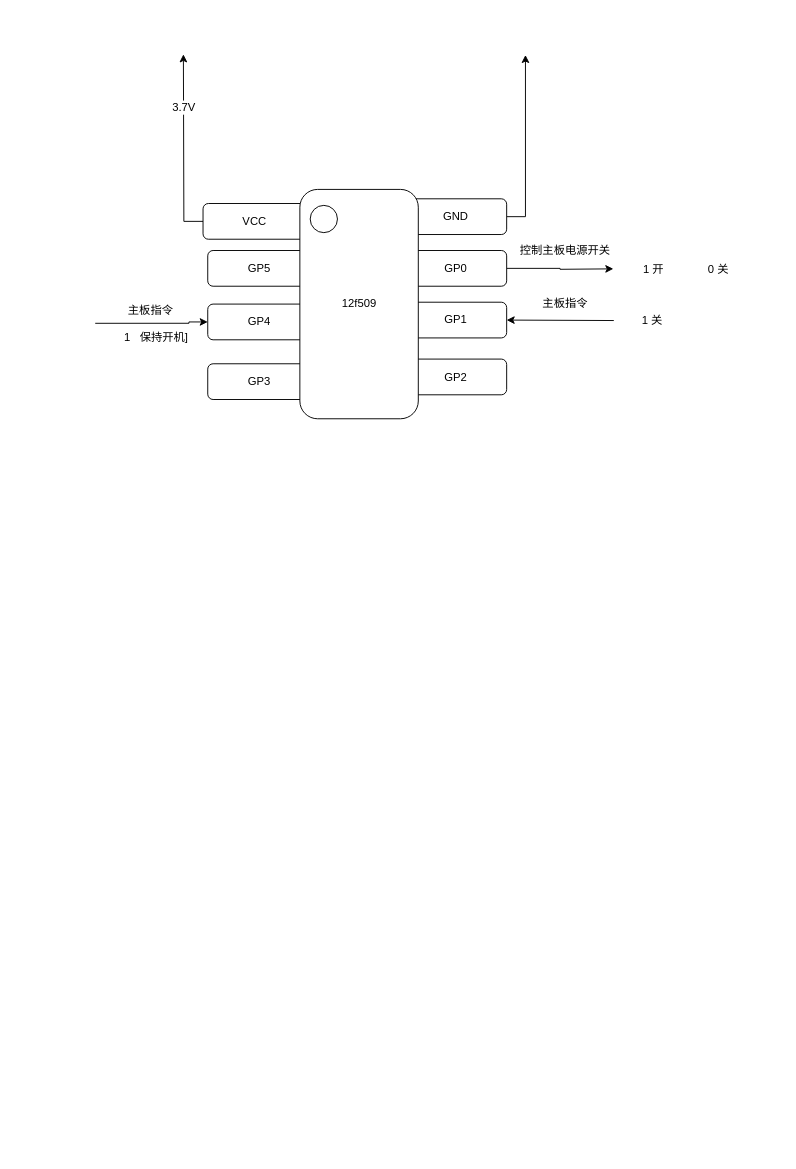
The draw.io diagram 12f509logicgram_v6.drawio in svija/pubsub, before the edit. Source tidied: cells renumbered, new cells numbered last; positions are measured from the earlier drawing's top-left corner, leaving out a move shared by most shapes. Both pictures are drawn from the tidied source at 94%, with x=0, y=0 at pixel (97, 54).
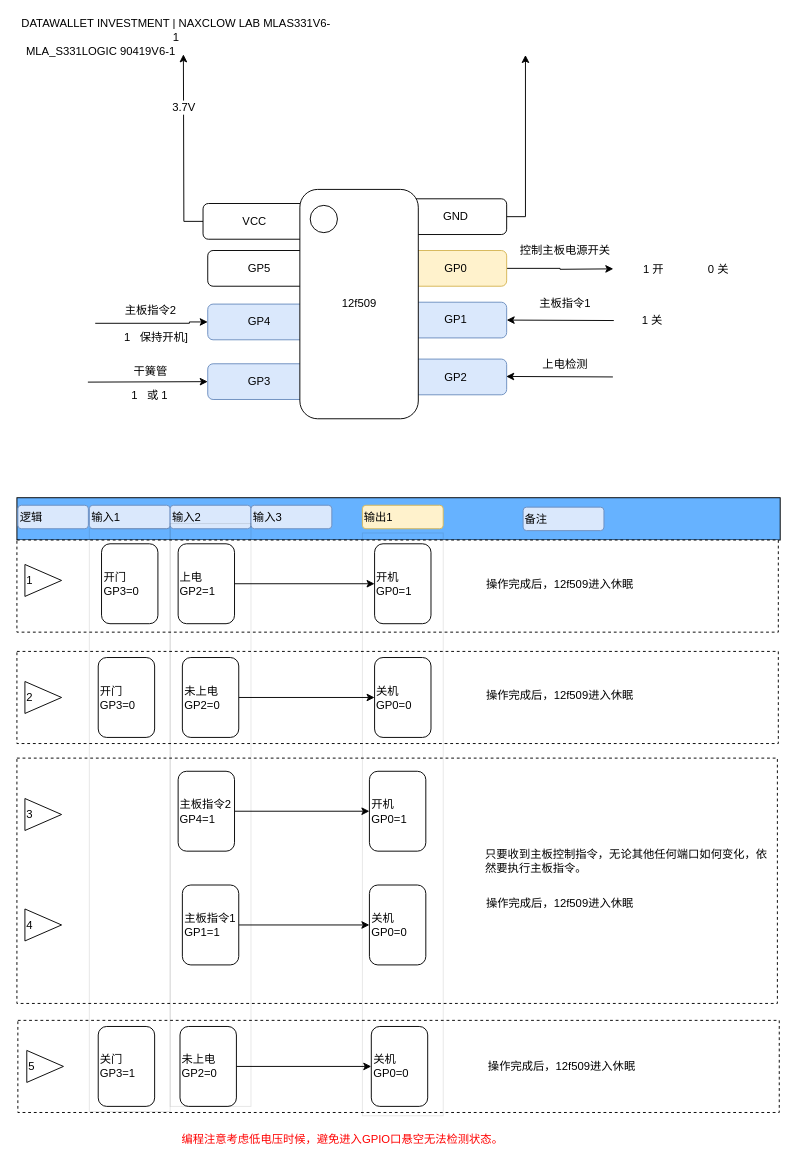
Above is the later version.

Change to the diagram source:
```diff
@@
+    <mxCell id="25" style="rounded=0;whiteSpace=wrap;html=1;strokeColor=#000000;fontColor=#000000;align=left;fillColor=#66B2FF;" parent="1" vertex="1">
+      <mxGeometry x="-85.5" y="472" width="812" height="45" as="geometry" />
+    </mxCell>
+    <mxCell id="26" style="rounded=0;whiteSpace=wrap;html=1;dashed=1;align=left;" parent="1" vertex="1">
+      <mxGeometry x="-84.5" y="1028" width="810" height="98" as="geometry" />
+    </mxCell>
+    <mxCell id="27" style="rounded=0;whiteSpace=wrap;html=1;dashed=1;align=left;" parent="1" vertex="1">
+      <mxGeometry x="-85.5" y="635.5" width="810" height="98" as="geometry" />
+    </mxCell>
+    <mxCell id="28" style="rounded=0;whiteSpace=wrap;html=1;dashed=1;align=left;" parent="1" vertex="1">
+      <mxGeometry x="-85.5" y="517" width="810" height="98" as="geometry" />
+    </mxCell>
+    <mxCell id="29" style="rounded=0;whiteSpace=wrap;html=1;align=left;dashed=1;" parent="1" vertex="1">
+      <mxGeometry x="-85.5" y="749" width="809" height="261" as="geometry" />
+    </mxCell>
@@
-    <mxCell id="5" value="GP0" style="rounded=1;whiteSpace=wrap;html=1;" parent="1" vertex="1">
+    <mxCell id="5" value="GP0" style="rounded=1;whiteSpace=wrap;html=1;fillColor=#fff2cc;strokeColor=#d6b656;" parent="1" vertex="1">
       <mxGeometry x="326.5" y="209" width="109" height="38" as="geometry" />
     </mxCell>
-    <mxCell id="6" value="GP1" style="rounded=1;whiteSpace=wrap;html=1;" parent="1" vertex="1">
+    <mxCell id="6" value="GP1" style="rounded=1;whiteSpace=wrap;html=1;fillColor=#dae8fc;strokeColor=#6c8ebf;" parent="1" vertex="1">
       <mxGeometry x="326.5" y="264" width="109" height="38" as="geometry" />
     </mxCell>
-    <mxCell id="7" value="GP2&lt;br&gt;" style="rounded=1;whiteSpace=wrap;html=1;" parent="1" vertex="1">
+    <mxCell id="7" value="GP2&lt;br&gt;" style="rounded=1;whiteSpace=wrap;html=1;fillColor=#dae8fc;strokeColor=#6c8ebf;" parent="1" vertex="1">
       <mxGeometry x="326.5" y="324.5" width="109" height="38" as="geometry" />
     </mxCell>
-    <mxCell id="8" value="GP3&lt;br&gt;" style="rounded=1;whiteSpace=wrap;html=1;" parent="1" vertex="1">
+    <mxCell id="8" value="GP3&lt;br&gt;" style="rounded=1;whiteSpace=wrap;html=1;fillColor=#dae8fc;strokeColor=#6c8ebf;" parent="1" vertex="1">
       <mxGeometry x="117.5" y="329.5" width="109" height="38" as="geometry" />
     </mxCell>
     <mxCell id="9" style="edgeStyle=orthogonalEdgeStyle;rounded=0;jettySize=auto;html=1;exitX=0;exitY=0.5;exitDx=0;exitDy=0;endArrow=none;endFill=0;startArrow=classic;startFill=1;entryX=-0.024;entryY=1.32;entryDx=0;entryDy=0;entryPerimeter=0;" parent="1" edge="1" source="10" target="23">
-      <mxGeometry relative="1" as="geometry" />
+      <mxGeometry relative="1" as="geometry">
+        <Array as="points">
+          <mxPoint x="98" y="285" />
+          <mxPoint x="98" y="286" />
+        </Array>
+      </mxGeometry>
     </mxCell>
-    <mxCell id="10" value="GP4&lt;br&gt;" style="rounded=1;whiteSpace=wrap;html=1;" parent="1" vertex="1">
+    <mxCell id="10" value="GP4&lt;br&gt;" style="rounded=1;whiteSpace=wrap;html=1;fillColor=#dae8fc;strokeColor=#6c8ebf;" parent="1" vertex="1">
       <mxGeometry x="117.5" y="266" width="109" height="38" as="geometry" />
     </mxCell>
@@
-    <mxCell id="21" value="主板指令" style="text;html=1;strokeColor=none;fillColor=none;align=center;verticalAlign=middle;whiteSpace=wrap;rounded=0;" parent="1" vertex="1">
+    <mxCell id="21" value="主板指令1" style="text;html=1;strokeColor=none;fillColor=none;align=center;verticalAlign=middle;whiteSpace=wrap;rounded=0;" parent="1" vertex="1">
       <mxGeometry x="441.5" y="257.5" width="112" height="17" as="geometry" />
     </mxCell>
@@
-    <mxCell id="23" value="主板指令" style="text;html=1;strokeColor=none;fillColor=none;align=center;verticalAlign=middle;whiteSpace=wrap;rounded=0;" parent="1" vertex="1">
+    <mxCell id="23" value="主板指令2" style="text;html=1;strokeColor=none;fillColor=none;align=center;verticalAlign=middle;whiteSpace=wrap;rounded=0;" parent="1" vertex="1">
       <mxGeometry x="0.5" y="264" width="112" height="17" as="geometry" />
     </mxCell>
@@
+    <mxCell id="30" value="输入1" style="rounded=1;whiteSpace=wrap;html=1;align=left;fillColor=#dae8fc;strokeColor=#6c8ebf;" parent="1" vertex="1">
+      <mxGeometry x="-8.5" y="480" width="86" height="25" as="geometry" />
+    </mxCell>
+    <mxCell id="31" value="输入2" style="rounded=1;whiteSpace=wrap;html=1;align=left;fillColor=#dae8fc;strokeColor=#6c8ebf;" parent="1" vertex="1">
+      <mxGeometry x="77.5" y="480" width="86" height="25" as="geometry" />
+    </mxCell>
+    <mxCell id="32" value="输入3" style="rounded=1;whiteSpace=wrap;html=1;align=left;fillColor=#dae8fc;strokeColor=#6c8ebf;" parent="1" vertex="1">
+      <mxGeometry x="163.5" y="480" width="86" height="25" as="geometry" />
+    </mxCell>
+    <mxCell id="33" style="endArrow=classic;html=1;entryX=0;entryY=0.5;entryDx=0;entryDy=0;" parent="1" edge="1" target="8">
+      <mxGeometry relative="1" as="geometry">
+        <mxPoint x="-10" y="349" as="sourcePoint" />
+      </mxGeometry>
+    </mxCell>
+    <mxCell id="34" value="干簧管" style="text;html=1;strokeColor=none;fillColor=none;align=center;verticalAlign=middle;whiteSpace=wrap;rounded=0;" parent="1" vertex="1">
+      <mxGeometry x="0.5" y="329.5" width="112" height="17" as="geometry" />
+    </mxCell>
+    <mxCell id="35" value="1&amp;nbsp; &amp;nbsp;或 1" style="text;html=1;strokeColor=none;fillColor=none;align=center;verticalAlign=middle;whiteSpace=wrap;rounded=0;" parent="1" vertex="1">
+      <mxGeometry x="0.5" y="352.5" width="110" height="20" as="geometry" />
+    </mxCell>
+    <mxCell id="36" value="开门&lt;br&gt;GP3=0&lt;br&gt;" style="rounded=1;whiteSpace=wrap;html=1;align=left;" parent="1" vertex="1">
+      <mxGeometry x="4.5" y="521" width="60" height="85" as="geometry" />
+    </mxCell>
+    <mxCell id="37" style="edgeStyle=orthogonalEdgeStyle;rounded=0;jettySize=auto;html=1;exitX=1;exitY=0.5;exitDx=0;exitDy=0;entryX=0;entryY=0.5;entryDx=0;entryDy=0;startArrow=none;startFill=0;endArrow=classic;endFill=1;" parent="1" edge="1" source="38" target="41">
+      <mxGeometry relative="1" as="geometry" />
+    </mxCell>
+    <mxCell id="38" value="上电GP2=1&lt;br&gt;" style="rounded=1;whiteSpace=wrap;html=1;align=left;" parent="1" vertex="1">
+      <mxGeometry x="86" y="521" width="60" height="85" as="geometry" />
+    </mxCell>
+    <mxCell id="39" style="endArrow=none;startArrow=classic;html=1;exitX=1;exitY=0.5;exitDx=0;exitDy=0;endFill=0;" parent="1" edge="1">
+      <mxGeometry relative="1" as="geometry">
+        <mxPoint x="435" y="343" as="sourcePoint" />
+        <mxPoint x="548.5" y="343.5" as="targetPoint" />
+      </mxGeometry>
+    </mxCell>
+    <mxCell id="40" value="上电检测" style="text;html=1;strokeColor=none;fillColor=none;align=center;verticalAlign=middle;whiteSpace=wrap;rounded=0;" parent="1" vertex="1">
+      <mxGeometry x="441.5" y="321" width="112" height="17" as="geometry" />
+    </mxCell>
+    <mxCell id="41" value="开机&lt;br&gt;GP0=1&lt;br&gt;" style="rounded=1;whiteSpace=wrap;html=1;align=left;" parent="1" vertex="1">
+      <mxGeometry x="295" y="521" width="60" height="85" as="geometry" />
+    </mxCell>
+    <mxCell id="42" value="输出1" style="rounded=1;whiteSpace=wrap;html=1;align=left;fillColor=#fff2cc;strokeColor=#d6b656;" parent="1" vertex="1">
+      <mxGeometry x="282" y="480" width="86" height="25" as="geometry" />
+    </mxCell>
+    <mxCell id="43" value="开门&lt;br&gt;GP3=0&lt;br&gt;" style="rounded=1;whiteSpace=wrap;html=1;align=left;" parent="1" vertex="1">
+      <mxGeometry x="1" y="642" width="60" height="85" as="geometry" />
+    </mxCell>
+    <mxCell id="44" style="edgeStyle=orthogonalEdgeStyle;rounded=0;jettySize=auto;html=1;exitX=1;exitY=0.5;exitDx=0;exitDy=0;entryX=0;entryY=0.5;entryDx=0;entryDy=0;startArrow=none;startFill=0;endArrow=classic;endFill=1;" parent="1" edge="1" source="45" target="46">
+      <mxGeometry relative="1" as="geometry" />
+    </mxCell>
+    <mxCell id="45" value="未上电&lt;br&gt;GP2=0&lt;br&gt;" style="rounded=1;whiteSpace=wrap;html=1;align=left;" parent="1" vertex="1">
+      <mxGeometry x="90.5" y="642" width="60" height="85" as="geometry" />
+    </mxCell>
+    <mxCell id="46" value="关机&lt;br&gt;GP0=0&lt;br&gt;" style="rounded=1;whiteSpace=wrap;html=1;align=left;" parent="1" vertex="1">
+      <mxGeometry x="295" y="642" width="60" height="85" as="geometry" />
+    </mxCell>
+    <mxCell id="47" style="edgeStyle=orthogonalEdgeStyle;rounded=0;jettySize=auto;html=1;exitX=1;exitY=0.5;exitDx=0;exitDy=0;entryX=0;entryY=0.5;entryDx=0;entryDy=0;startArrow=none;startFill=0;endArrow=classic;endFill=1;" parent="1" edge="1" source="48" target="49">
+      <mxGeometry relative="1" as="geometry" />
+    </mxCell>
+    <mxCell id="48" value="主板指令2&lt;br&gt;GP4=1&lt;br&gt;" style="rounded=1;whiteSpace=wrap;html=1;align=left;" parent="1" vertex="1">
+      <mxGeometry x="86" y="763" width="60" height="85" as="geometry" />
+    </mxCell>
+    <mxCell id="49" value="开机&lt;br&gt;GP0=1&lt;br&gt;" style="rounded=1;whiteSpace=wrap;html=1;align=left;" parent="1" vertex="1">
+      <mxGeometry x="289.5" y="763" width="60" height="85" as="geometry" />
+    </mxCell>
+    <mxCell id="50" style="edgeStyle=orthogonalEdgeStyle;rounded=0;jettySize=auto;html=1;exitX=1;exitY=0.5;exitDx=0;exitDy=0;entryX=0;entryY=0.5;entryDx=0;entryDy=0;startArrow=none;startFill=0;endArrow=classic;endFill=1;" parent="1" edge="1" source="51" target="52">
+      <mxGeometry relative="1" as="geometry" />
+    </mxCell>
+    <mxCell id="51" value="主板指令1&lt;br&gt;GP1=1&lt;br&gt;" style="rounded=1;whiteSpace=wrap;html=1;align=left;" parent="1" vertex="1">
+      <mxGeometry x="90.5" y="884" width="60" height="85" as="geometry" />
+    </mxCell>
+    <mxCell id="52" value="关机&lt;br&gt;GP0=0&lt;br&gt;" style="rounded=1;whiteSpace=wrap;html=1;align=left;" parent="1" vertex="1">
+      <mxGeometry x="289.5" y="884" width="60" height="85" as="geometry" />
+    </mxCell>
+    <mxCell id="53" value="&lt;div style=&quot;text-align: left&quot;&gt;&lt;span&gt;只要收到主板控制指令，无论其他任何端口如何变化，依然要执行主板指令。&lt;/span&gt;&lt;/div&gt;" style="text;html=1;strokeColor=none;fillColor=none;align=center;verticalAlign=middle;whiteSpace=wrap;rounded=0;" parent="1" vertex="1">
+      <mxGeometry x="411.5" y="817.5" width="302" height="82" as="geometry" />
+    </mxCell>
+    <mxCell id="54" value="关门&lt;br&gt;GP3=1&lt;br&gt;" style="rounded=1;whiteSpace=wrap;html=1;align=left;" parent="1" vertex="1">
+      <mxGeometry x="1" y="1034.5" width="60" height="85" as="geometry" />
+    </mxCell>
+    <mxCell id="55" style="edgeStyle=orthogonalEdgeStyle;rounded=0;jettySize=auto;html=1;exitX=1;exitY=0.5;exitDx=0;exitDy=0;entryX=0;entryY=0.5;entryDx=0;entryDy=0;startArrow=none;startFill=0;endArrow=classic;endFill=1;" parent="1" edge="1" source="56" target="57">
+      <mxGeometry relative="1" as="geometry" />
+    </mxCell>
+    <mxCell id="56" value="未上电&lt;br&gt;GP2=0&lt;br&gt;" style="rounded=1;whiteSpace=wrap;html=1;align=left;" parent="1" vertex="1">
+      <mxGeometry x="88" y="1034.5" width="60" height="85" as="geometry" />
+    </mxCell>
+    <mxCell id="57" value="关机&lt;br&gt;GP0=0&lt;br&gt;" style="rounded=1;whiteSpace=wrap;html=1;align=left;" parent="1" vertex="1">
+      <mxGeometry x="291.5" y="1034.5" width="60" height="85" as="geometry" />
+    </mxCell>
+    <mxCell id="58" value="1" style="triangle;whiteSpace=wrap;html=1;align=left;" parent="1" vertex="1">
+      <mxGeometry x="-77" y="543" width="39" height="34" as="geometry" />
+    </mxCell>
+    <mxCell id="59" value="2" style="triangle;whiteSpace=wrap;html=1;align=left;" parent="1" vertex="1">
+      <mxGeometry x="-77" y="667.5" width="39" height="34" as="geometry" />
+    </mxCell>
+    <mxCell id="60" value="3" style="triangle;whiteSpace=wrap;html=1;align=left;" parent="1" vertex="1">
+      <mxGeometry x="-77" y="792" width="39" height="34" as="geometry" />
+    </mxCell>
+    <mxCell id="61" value="4" style="triangle;whiteSpace=wrap;html=1;align=left;" parent="1" vertex="1">
+      <mxGeometry x="-77" y="909.5" width="39" height="34" as="geometry" />
+    </mxCell>
+    <mxCell id="62" value="5" style="triangle;whiteSpace=wrap;html=1;align=left;" parent="1" vertex="1">
+      <mxGeometry x="-75" y="1060" width="39" height="34" as="geometry" />
+    </mxCell>
+    <mxCell id="63" value="&lt;div style=&quot;text-align: left&quot;&gt;&lt;span&gt;操作完成后，12f509进入休眠&lt;/span&gt;&lt;/div&gt;" style="text;html=1;strokeColor=none;fillColor=none;align=left;verticalAlign=middle;whiteSpace=wrap;rounded=0;fontColor=#000000;" parent="1" vertex="1">
+      <mxGeometry x="411.5" y="524" width="302" height="82" as="geometry" />
+    </mxCell>
+    <mxCell id="64" value="&lt;div style=&quot;text-align: left&quot;&gt;&lt;span&gt;操作完成后，12f509进入休眠&lt;/span&gt;&lt;/div&gt;" style="text;html=1;strokeColor=none;fillColor=none;align=left;verticalAlign=middle;whiteSpace=wrap;rounded=0;fontColor=#000000;" parent="1" vertex="1">
+      <mxGeometry x="411.5" y="642" width="302" height="82" as="geometry" />
+    </mxCell>
+    <mxCell id="65" value="&lt;div style=&quot;text-align: left&quot;&gt;&lt;span&gt;操作完成后，12f509进入休眠&lt;/span&gt;&lt;/div&gt;" style="text;html=1;strokeColor=none;fillColor=none;align=left;verticalAlign=middle;whiteSpace=wrap;rounded=0;fontColor=#000000;" parent="1" vertex="1">
+      <mxGeometry x="411.5" y="898" width="240" height="12" as="geometry" />
+    </mxCell>
+    <mxCell id="66" value="&lt;div style=&quot;text-align: left&quot;&gt;&lt;span&gt;操作完成后，12f509进入休眠&lt;/span&gt;&lt;/div&gt;" style="text;html=1;strokeColor=none;fillColor=none;align=left;verticalAlign=middle;whiteSpace=wrap;rounded=0;fontColor=#000000;" parent="1" vertex="1">
+      <mxGeometry x="413.5" y="1071" width="240" height="12" as="geometry" />
+    </mxCell>
+    <mxCell id="67" style="rounded=0;whiteSpace=wrap;html=1;strokeColor=#000000;fontColor=#000000;align=left;fillColor=none;opacity=10;" parent="1" vertex="1">
+      <mxGeometry x="-8.5" y="505" width="86" height="620" as="geometry" />
+    </mxCell>
+    <mxCell id="68" style="rounded=0;whiteSpace=wrap;html=1;strokeColor=#000000;fontColor=#000000;align=left;fillColor=none;opacity=10;" parent="1" vertex="1">
+      <mxGeometry x="77.5" y="499.5" width="86" height="620" as="geometry" />
+    </mxCell>
+    <mxCell id="69" style="rounded=0;whiteSpace=wrap;html=1;strokeColor=#000000;fontColor=#000000;align=left;fillColor=none;opacity=10;" parent="1" vertex="1">
+      <mxGeometry x="282" y="509.5" width="86" height="620" as="geometry" />
+    </mxCell>
+    <mxCell id="70" value="备注" style="rounded=1;whiteSpace=wrap;html=1;align=left;fillColor=#dae8fc;strokeColor=#6c8ebf;" parent="1" vertex="1">
+      <mxGeometry x="453" y="482" width="86" height="25" as="geometry" />
+    </mxCell>
+    <mxCell id="71" value="逻辑" style="rounded=1;whiteSpace=wrap;html=1;align=left;fillColor=#dae8fc;strokeColor=#6c8ebf;" parent="1" vertex="1">
+      <mxGeometry x="-84.5" y="480" width="75" height="25" as="geometry" />
+    </mxCell>
+    <mxCell id="72" value="MLA_S331LOGIC 90419V6-1" style="text;html=1;strokeColor=none;fillColor=none;align=center;verticalAlign=middle;whiteSpace=wrap;rounded=0;fontColor=#000000;opacity=10;" parent="1" vertex="1">
+      <mxGeometry x="-83" y="-14" width="174" height="23" as="geometry" />
+    </mxCell>
+    <mxCell id="73" value="DATAWALLET INVESTMENT | NAXCLOW LAB MLAS331V6-1" style="text;html=1;strokeColor=none;fillColor=none;align=center;verticalAlign=middle;whiteSpace=wrap;rounded=0;fontColor=#000000;opacity=10;" parent="1" vertex="1">
+      <mxGeometry x="-84" y="-37" width="336" height="23" as="geometry" />
+    </mxCell>
+    <mxCell id="74" value="&lt;div style=&quot;text-align: left&quot;&gt;编程注意考虑低电压时候，避免进入GPIO口悬空无法检测状态。&lt;/div&gt;" style="text;html=1;strokeColor=none;fillColor=none;align=left;verticalAlign=middle;whiteSpace=wrap;rounded=0;fontColor=#FF0000;" parent="1" vertex="1">
+      <mxGeometry x="88" y="1139" width="557" height="31" as="geometry" />
+    </mxCell>
```
